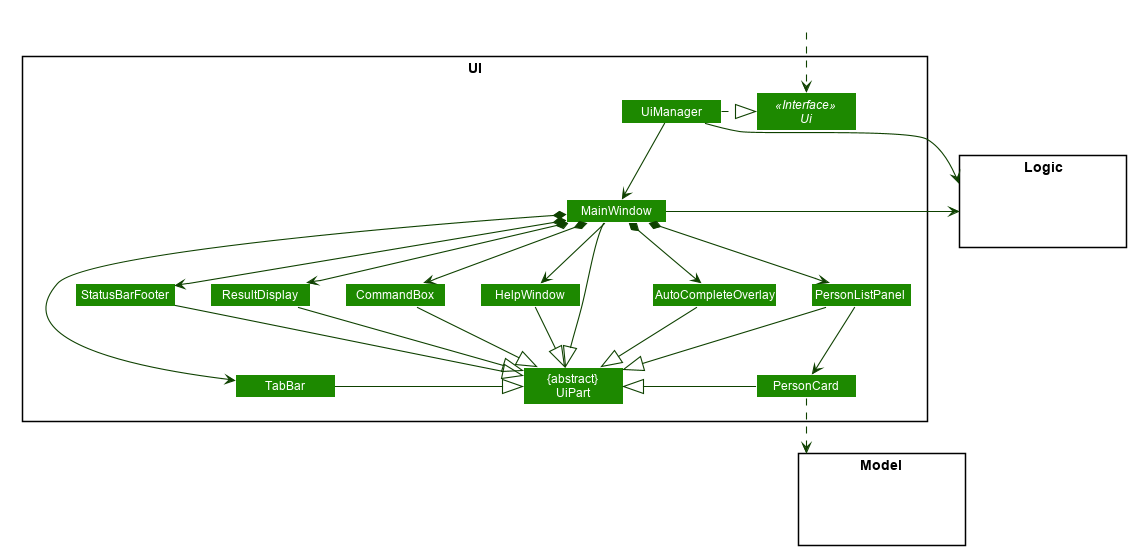
The PlantUML diagram docs/images/UiClassDiagram.png in nus-cs2103-AY1920S1/addressbook-level3, before a commit.
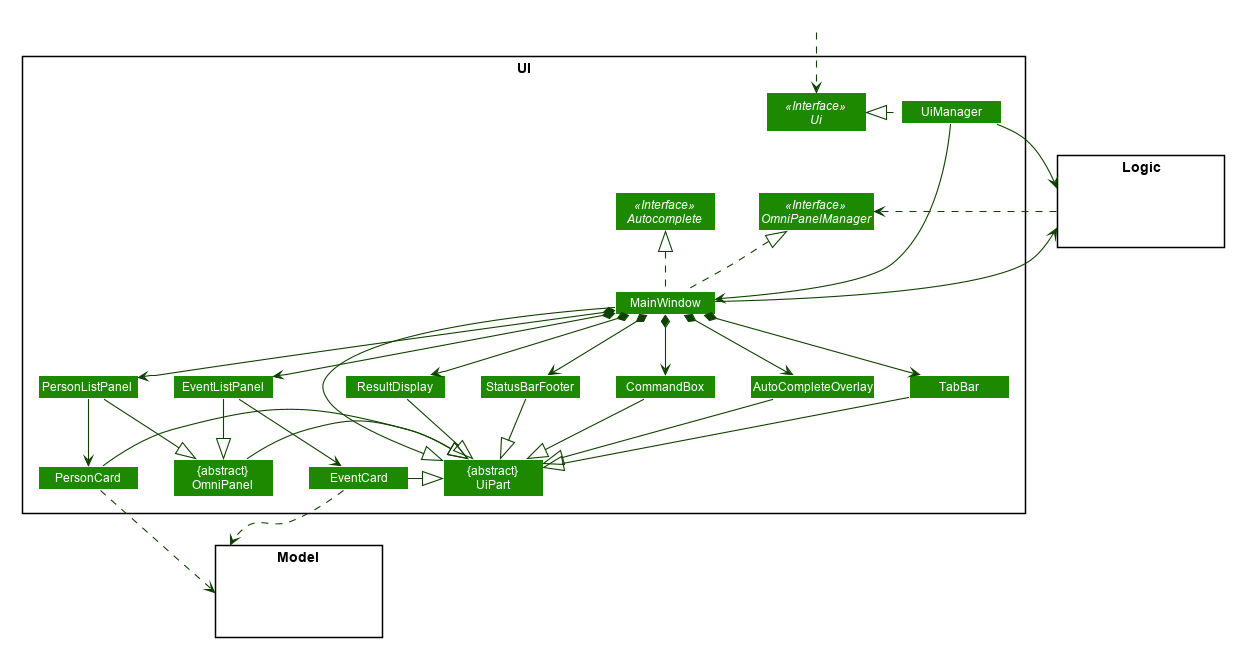
Later version of the same file.

Change to the diagram source:
```diff
@@ -53,17 +53,21 @@
 
 package UI <<Rectangle>>{
 Interface Ui <<Interface>>
+Interface Autocomplete <<Interface>>
+Interface OmniPanelManager <<Interface>>
 Class "{abstract}\nUiPart" as UiPart
 Class UiManager
 Class MainWindow
-Class HelpWindow
 Class ResultDisplay
 Class PersonListPanel
+Class EventListPanel
 Class PersonCard
+Class EventCard
 Class StatusBarFooter
 Class CommandBox
 Class AutoCompleteOverlay
 Class TabBar
+Class "{abstract}\nOmniPanel" as OmniPanel
 }
 
 package Model <<Rectangle>> {
@@ -77,38 +81,41 @@
 Class HiddenOutside #FFFFFF
 HiddenOutside ..> Ui
 
-UiManager .|> Ui
-UiManager --> MainWindow
-MainWindow --> HelpWindow
+UiManager .up|> Ui
+MainWindow .up.|> OmniPanelManager
+MainWindow .up.|> Autocomplete
+UiManager --=> MainWindow
 MainWindow *-down-> CommandBox
 MainWindow *-down-> ResultDisplay
 MainWindow *-down-> PersonListPanel
+MainWindow *-down-> EventListPanel
 MainWindow *-down-> StatusBarFooter
 MainWindow *-down-> AutoCompleteOverlay
 MainWindow *-down-> TabBar
 
 
-PersonListPanel -down-> PersonCard
+PersonListPanel -> PersonCard
+EventListPanel -> EventCard
 
 MainWindow --|> UiPart
 
 ResultDisplay --|> UiPart
 CommandBox --|> UiPart
-PersonListPanel --|> UiPart
+PersonListPanel -down-|> OmniPanel
 PersonCard -right-|> UiPart
+EventListPanel --|> OmniPanel
+EventCard -right-|> UiPart
 StatusBarFooter --|> UiPart
-HelpWindow --|> UiPart
 AutoCompleteOverlay --|> UiPart
-TabBar -right-|> UiPart
+TabBar --|> UiPart
+OmniPanel -right-|> UiPart
+
+OmniPanelManager -[hidden]up-> Ui
 
 PersonCard ..> Model
-UiManager -right-> Logic
+EventCard ..> Model
+UiManager --> Logic
 MainWindow -left-> Logic
+Logic ..> OmniPanelManager
 
-PersonListPanel -[hidden]left- HelpWindow
-HelpWindow -[hidden]left- CommandBox
-CommandBox -[hidden]left- ResultDisplay
-ResultDisplay -[hidden]left- StatusBarFooter
-
-MainWindow -[hidden]-|> UiPart
 @enduml
```
